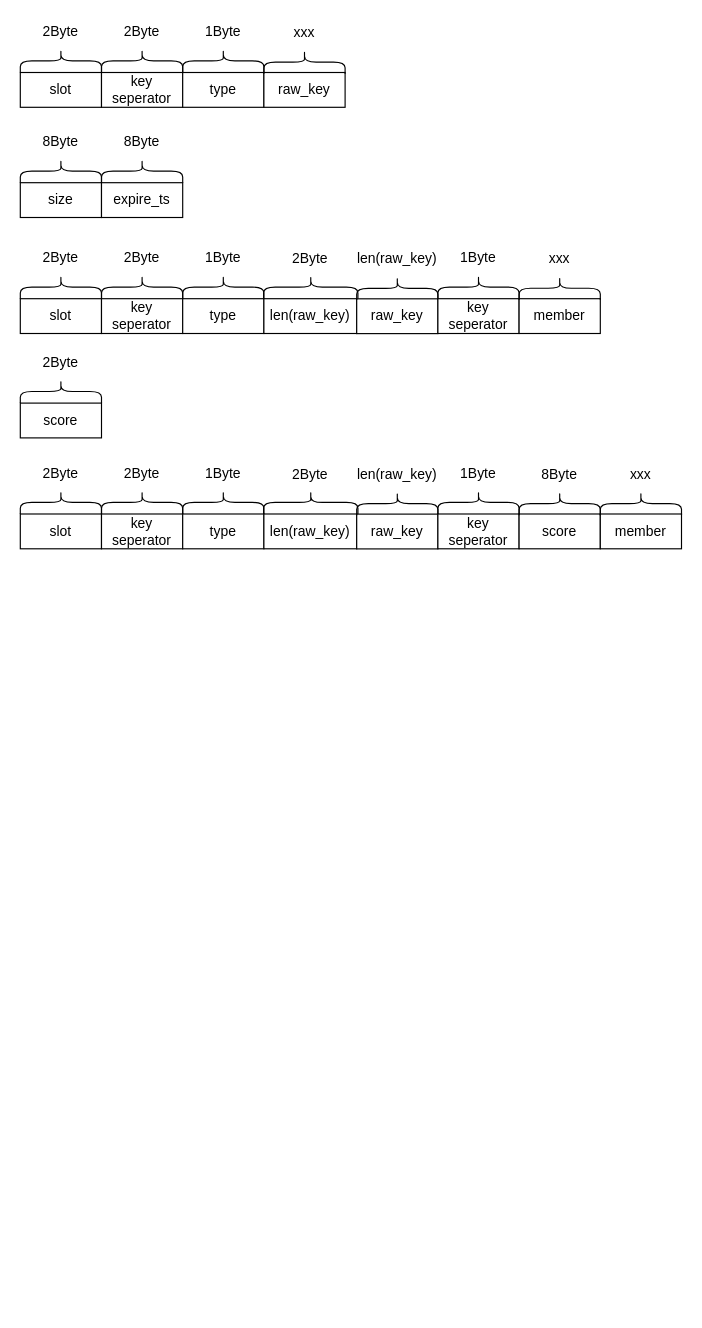
FishYoung/Learning-redis keeps this draw.io diagram as images/Untitled Diagram.drawio. Above is the earlier version. Source tidied: cells renumbered, new cells numbered last; positions are measured from the earlier drawing's top-left corner, leaving out a move shared by most shapes. Both pictures are drawn from the tidied source at 116%, with x=0, y=0 at pixel (20, 20).
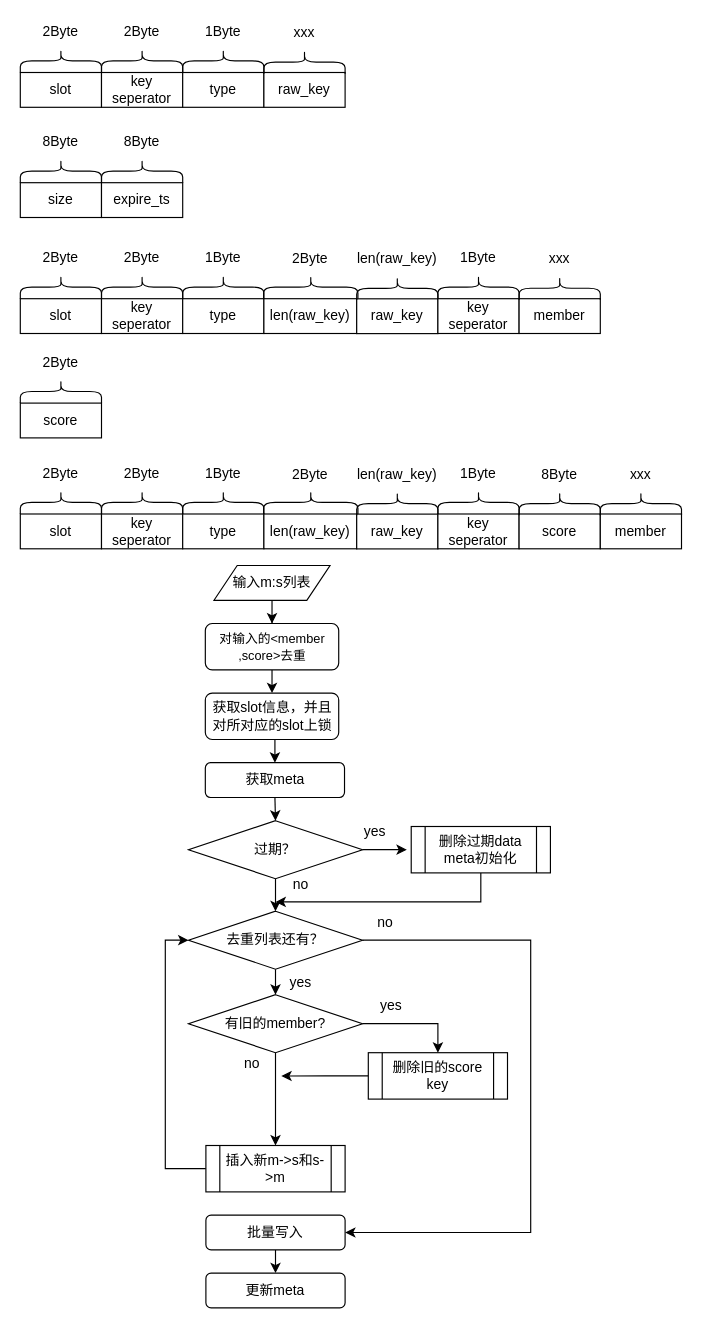
After the change.

Diff of the diagram source:
```diff
@@
+    <mxCell id="68" style="edgeStyle=orthogonalEdgeStyle;rounded=0;jettySize=auto;html=1;exitX=0.5;exitY=1;exitDx=0;exitDy=0;entryX=0.5;entryY=0;entryDx=0;entryDy=0;" parent="1" edge="1" source="69" target="71">
+      <mxGeometry relative="1" as="geometry" />
+    </mxCell>
+    <mxCell id="69" value="&lt;font style=&quot;font-size: 11px&quot;&gt;对输入的&amp;lt;member &lt;br&gt;,score&amp;gt;去重&lt;/font&gt;" style="rounded=1;whiteSpace=wrap;html=1;" parent="1" vertex="1">
+      <mxGeometry x="159.5" y="520" width="115" height="40" as="geometry" />
+    </mxCell>
+    <mxCell id="70" style="edgeStyle=orthogonalEdgeStyle;rounded=0;jettySize=auto;html=1;exitX=0.5;exitY=1;exitDx=0;exitDy=0;entryX=0.5;entryY=0;entryDx=0;entryDy=0;" parent="1" edge="1" source="71" target="75">
+      <mxGeometry relative="1" as="geometry" />
+    </mxCell>
+    <mxCell id="71" value="获取slot信息，并且对所对应的slot上锁" style="rounded=1;whiteSpace=wrap;html=1;" parent="1" vertex="1">
+      <mxGeometry x="159.5" y="580" width="115" height="40" as="geometry" />
+    </mxCell>
+    <mxCell id="72" style="edgeStyle=orthogonalEdgeStyle;rounded=0;jettySize=auto;html=1;entryX=0.5;entryY=0;entryDx=0;entryDy=0;" parent="1" edge="1" source="73" target="69">
+      <mxGeometry relative="1" as="geometry" />
+    </mxCell>
+    <mxCell id="73" value="输入m:s列表" style="shape=parallelogram;perimeter=parallelogramPerimeter;whiteSpace=wrap;html=1;fixedSize=1;" parent="1" vertex="1">
+      <mxGeometry x="167" y="470" width="100" height="30" as="geometry" />
+    </mxCell>
+    <mxCell id="74" style="edgeStyle=orthogonalEdgeStyle;rounded=0;jettySize=auto;html=1;exitX=0.5;exitY=1;exitDx=0;exitDy=0;entryX=0.5;entryY=0;entryDx=0;entryDy=0;" parent="1" edge="1" source="75" target="78">
+      <mxGeometry relative="1" as="geometry" />
+    </mxCell>
+    <mxCell id="75" value="获取meta" style="rounded=1;whiteSpace=wrap;html=1;" parent="1" vertex="1">
+      <mxGeometry x="159.5" y="640" width="120" height="30" as="geometry" />
+    </mxCell>
+    <mxCell id="76" style="edgeStyle=orthogonalEdgeStyle;rounded=0;jettySize=auto;html=1;exitX=1;exitY=0.5;exitDx=0;exitDy=0;entryX=-0.032;entryY=0.49;entryDx=0;entryDy=0;entryPerimeter=0;" parent="1" edge="1" source="78" target="80">
+      <mxGeometry relative="1" as="geometry" />
+    </mxCell>
+    <mxCell id="77" style="edgeStyle=orthogonalEdgeStyle;rounded=0;jettySize=auto;html=1;exitX=0.5;exitY=1;exitDx=0;exitDy=0;entryX=0.5;entryY=0;entryDx=0;entryDy=0;" parent="1" edge="1" source="78" target="83">
+      <mxGeometry relative="1" as="geometry" />
+    </mxCell>
+    <mxCell id="78" value="过期？" style="rhombus;whiteSpace=wrap;html=1;" parent="1" vertex="1">
+      <mxGeometry x="145" y="690" width="150" height="50" as="geometry" />
+    </mxCell>
+    <mxCell id="79" style="edgeStyle=orthogonalEdgeStyle;rounded=0;jettySize=auto;html=1;exitX=0.5;exitY=1;exitDx=0;exitDy=0;" parent="1" edge="1" source="80">
+      <mxGeometry relative="1" as="geometry">
+        <mxPoint x="220" y="760" as="targetPoint" />
+        <Array as="points">
+          <mxPoint x="397" y="760" />
+        </Array>
+      </mxGeometry>
+    </mxCell>
+    <mxCell id="80" value="删除过期data&lt;br&gt;meta初始化" style="shape=process;whiteSpace=wrap;html=1;backgroundOutline=1;" parent="1" vertex="1">
+      <mxGeometry x="337" y="695" width="120" height="40" as="geometry" />
+    </mxCell>
+    <mxCell id="81" style="edgeStyle=orthogonalEdgeStyle;rounded=0;jettySize=auto;html=1;exitX=0.5;exitY=1;exitDx=0;exitDy=0;entryX=0.5;entryY=0;entryDx=0;entryDy=0;" parent="1" edge="1" source="83" target="86">
+      <mxGeometry relative="1" as="geometry" />
+    </mxCell>
+    <mxCell id="82" style="edgeStyle=orthogonalEdgeStyle;rounded=0;jettySize=auto;html=1;exitX=1;exitY=0.5;exitDx=0;exitDy=0;entryX=1;entryY=0.5;entryDx=0;entryDy=0;" parent="1" edge="1" source="83" target="97">
+      <mxGeometry relative="1" as="geometry">
+        <Array as="points">
+          <mxPoint x="440" y="793" />
+          <mxPoint x="440" y="1045" />
+        </Array>
+      </mxGeometry>
+    </mxCell>
+    <mxCell id="83" value="去重列表还有？" style="rhombus;whiteSpace=wrap;html=1;" parent="1" vertex="1">
+      <mxGeometry x="145" y="768" width="150" height="50" as="geometry" />
+    </mxCell>
+    <mxCell id="84" style="edgeStyle=orthogonalEdgeStyle;rounded=0;jettySize=auto;html=1;exitX=1;exitY=0.5;exitDx=0;exitDy=0;entryX=0.5;entryY=0;entryDx=0;entryDy=0;" parent="1" edge="1" source="86" target="93">
+      <mxGeometry relative="1" as="geometry" />
+    </mxCell>
+    <mxCell id="85" style="edgeStyle=orthogonalEdgeStyle;rounded=0;jettySize=auto;html=1;exitX=0.5;exitY=1;exitDx=0;exitDy=0;entryX=0.5;entryY=0;entryDx=0;entryDy=0;" parent="1" edge="1" source="86" target="88">
+      <mxGeometry relative="1" as="geometry" />
+    </mxCell>
+    <mxCell id="86" value="有旧的member?" style="rhombus;whiteSpace=wrap;html=1;" parent="1" vertex="1">
+      <mxGeometry x="145" y="840" width="150" height="50" as="geometry" />
+    </mxCell>
+    <mxCell id="87" style="edgeStyle=orthogonalEdgeStyle;rounded=0;jettySize=auto;html=1;exitX=0;exitY=0.5;exitDx=0;exitDy=0;entryX=0;entryY=0.5;entryDx=0;entryDy=0;" parent="1" edge="1" source="88" target="83">
+      <mxGeometry relative="1" as="geometry" />
+    </mxCell>
+    <mxCell id="88" value="插入新m-&amp;gt;s和s-&amp;gt;m" style="shape=process;whiteSpace=wrap;html=1;backgroundOutline=1;" parent="1" vertex="1">
+      <mxGeometry x="160" y="970" width="120" height="40" as="geometry" />
+    </mxCell>
+    <mxCell id="89" value="yes" style="text;html=1;strokeColor=none;fillColor=none;align=center;verticalAlign=middle;whiteSpace=wrap;rounded=0;" parent="1" vertex="1">
+      <mxGeometry x="286" y="690" width="40" height="20" as="geometry" />
+    </mxCell>
+    <mxCell id="90" value="no" style="text;html=1;strokeColor=none;fillColor=none;align=center;verticalAlign=middle;whiteSpace=wrap;rounded=0;" parent="1" vertex="1">
+      <mxGeometry x="222.4" y="735" width="40" height="20" as="geometry" />
+    </mxCell>
+    <mxCell id="91" value="yes" style="text;html=1;strokeColor=none;fillColor=none;align=center;verticalAlign=middle;whiteSpace=wrap;rounded=0;" parent="1" vertex="1">
+      <mxGeometry x="222.4" y="820" width="40" height="20" as="geometry" />
+    </mxCell>
+    <mxCell id="92" style="edgeStyle=orthogonalEdgeStyle;rounded=0;jettySize=auto;html=1;exitX=0;exitY=0.5;exitDx=0;exitDy=0;" parent="1" edge="1" source="93">
+      <mxGeometry relative="1" as="geometry">
+        <mxPoint x="225" y="910.1" as="targetPoint" />
+      </mxGeometry>
+    </mxCell>
+    <mxCell id="93" value="删除旧的score key" style="shape=process;whiteSpace=wrap;html=1;backgroundOutline=1;" parent="1" vertex="1">
+      <mxGeometry x="300" y="890" width="120" height="40" as="geometry" />
+    </mxCell>
+    <mxCell id="94" value="yes" style="text;html=1;strokeColor=none;fillColor=none;align=center;verticalAlign=middle;whiteSpace=wrap;rounded=0;" parent="1" vertex="1">
+      <mxGeometry x="300" y="840" width="40" height="20" as="geometry" />
+    </mxCell>
+    <mxCell id="95" value="no" style="text;html=1;strokeColor=none;fillColor=none;align=center;verticalAlign=middle;whiteSpace=wrap;rounded=0;" parent="1" vertex="1">
+      <mxGeometry x="180" y="890" width="40" height="20" as="geometry" />
+    </mxCell>
+    <mxCell id="96" style="edgeStyle=orthogonalEdgeStyle;rounded=0;jettySize=auto;html=1;exitX=0.5;exitY=1;exitDx=0;exitDy=0;entryX=0.5;entryY=0;entryDx=0;entryDy=0;" parent="1" edge="1" source="97" target="98">
+      <mxGeometry relative="1" as="geometry" />
+    </mxCell>
+    <mxCell id="97" value="批量写入" style="rounded=1;whiteSpace=wrap;html=1;" parent="1" vertex="1">
+      <mxGeometry x="160" y="1030" width="120" height="30" as="geometry" />
+    </mxCell>
+    <mxCell id="98" value="更新meta" style="rounded=1;whiteSpace=wrap;html=1;" parent="1" vertex="1">
+      <mxGeometry x="160" y="1080" width="120" height="30" as="geometry" />
+    </mxCell>
+    <mxCell id="99" value="no" style="text;html=1;strokeColor=none;fillColor=none;align=center;verticalAlign=middle;whiteSpace=wrap;rounded=0;" parent="1" vertex="1">
+      <mxGeometry x="295" y="768" width="40" height="20" as="geometry" />
+    </mxCell>
```
